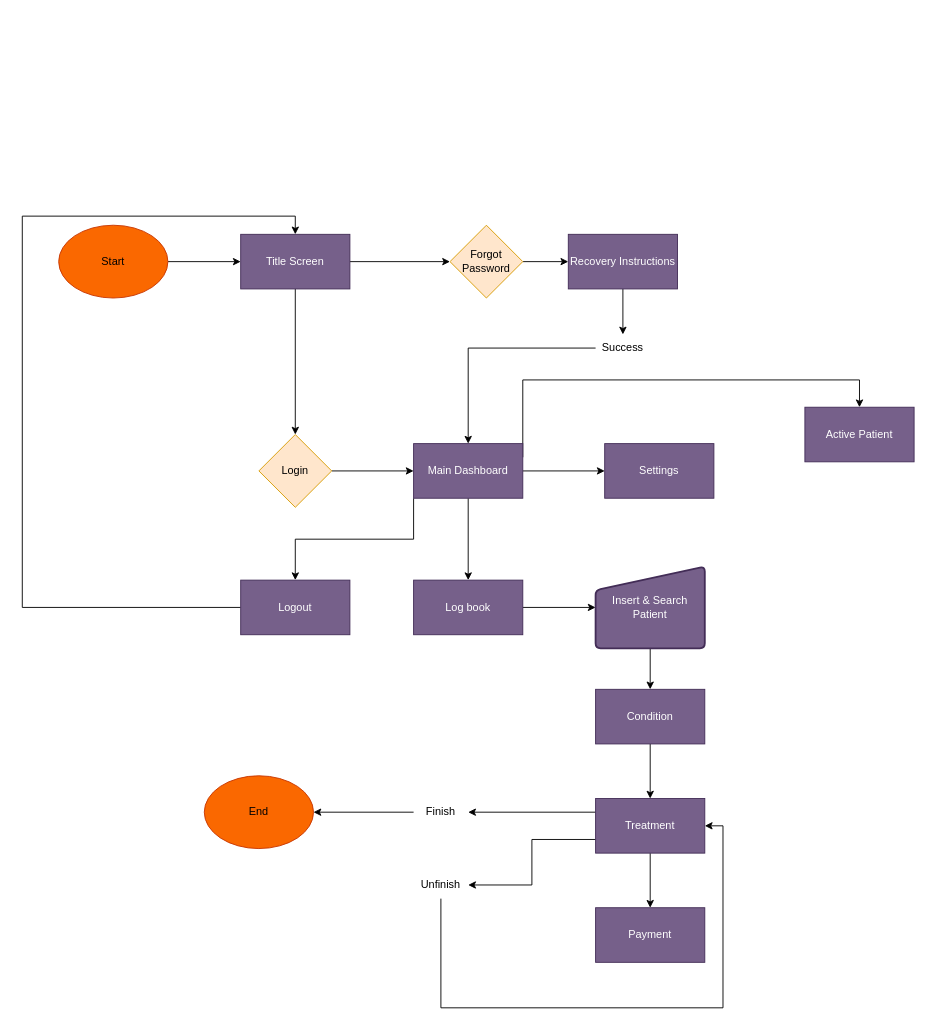
This is Untitled Diagram.drawio from XeLTzy/my-second-repo, a draw.io file, before an edit. Source tidied: cells renumbered, new cells numbered last; positions are measured from the earlier drawing's top-left corner, leaving out a move shared by most shapes. Both pictures are drawn from the tidied source at 91%, with x=0, y=0 at pixel (22, 216).
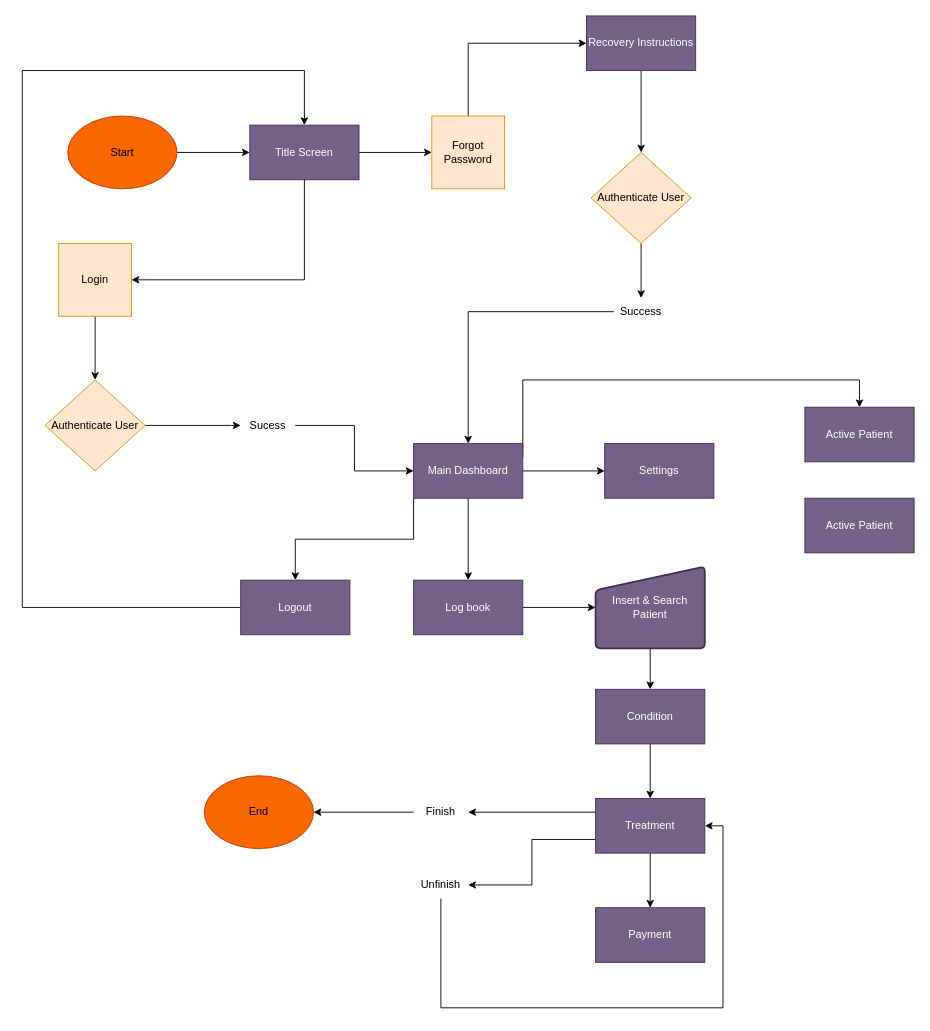
The same page after the edit.

Commit message:
Update Athenticate Login Diagram.drawio

Unchanged cells that the change refers to:
```xml
<mxCell id="17" value="Main Dashboard" style="whiteSpace=wrap;html=1;fillColor=#76608a;strokeColor=#432D57;fontColor=#ffffff;" parent="1" vertex="1">
  <mxGeometry x="430" y="250" width="120" height="60" as="geometry" />
</mxCell>
<mxCell id="33" value="Logout" style="whiteSpace=wrap;html=1;fillColor=#76608a;strokeColor=#432D57;fontColor=#ffffff;" parent="1" vertex="1">
  <mxGeometry x="240" y="400" width="120" height="60" as="geometry" />
</mxCell>
```

Diff of the diagram source:
```diff
@@
     <mxCell id="3" value="Start" style="ellipse;whiteSpace=wrap;html=1;fillColor=#fa6800;strokeColor=#C73500;fontColor=#000000;" parent="1" vertex="1">
-      <mxGeometry x="40" y="10" width="120" height="80" as="geometry" />
+      <mxGeometry x="50" y="-110" width="120" height="80" as="geometry" />
     </mxCell>
     <mxCell id="4" style="edgeStyle=orthogonalEdgeStyle;rounded=0;jettySize=auto;html=1;" parent="1" edge="1" source="6" target="8">
-      <mxGeometry relative="1" as="geometry" />
+      <mxGeometry relative="1" as="geometry">
+        <Array as="points">
+          <mxPoint x="310" y="70" />
+        </Array>
+      </mxGeometry>
     </mxCell>
@@
     <mxCell id="6" value="Title Screen" style="whiteSpace=wrap;html=1;fillColor=#76608a;strokeColor=#432D57;fontColor=#ffffff;" parent="1" vertex="1">
-      <mxGeometry x="240" y="20" width="120" height="60" as="geometry" />
+      <mxGeometry x="250" y="-100" width="120" height="60" as="geometry" />
     </mxCell>
-    <mxCell id="7" style="edgeStyle=orthogonalEdgeStyle;rounded=0;jettySize=auto;html=1;" parent="1" edge="1" source="8" target="17">
-      <mxGeometry relative="1" as="geometry" />
-    </mxCell>
+    <mxCell id="40" style="edgeStyle=orthogonalEdgeStyle;rounded=0;jettySize=auto;html=1;" parent="1" edge="1" source="8" target="44">
+      <mxGeometry relative="1" as="geometry" />
+    </mxCell>
-    <mxCell id="8" value="Login" style="rhombus;whiteSpace=wrap;html=1;fillColor=#ffe6cc;strokeColor=#d79b00;" parent="1" vertex="1">
-      <mxGeometry x="260" y="240" width="80" height="80" as="geometry" />
+    <mxCell id="8" value="Login" style="whiteSpace=wrap;html=1;fillColor=#ffe6cc;strokeColor=#d79b00;rounded=0;" parent="1" vertex="1">
+      <mxGeometry x="40" y="30" width="80" height="80" as="geometry" />
     </mxCell>
-    <mxCell id="9" style="edgeStyle=orthogonalEdgeStyle;rounded=0;jettySize=auto;html=1;" parent="1" edge="1" source="10" target="12">
+    <mxCell id="9" style="edgeStyle=orthogonalEdgeStyle;rounded=0;jettySize=auto;html=1;exitX=0.5;exitY=0;exitDx=0;exitDy=0;entryX=0;entryY=0.5;entryDx=0;entryDy=0;" parent="1" edge="1" source="10" target="12">
       <mxGeometry relative="1" as="geometry" />
     </mxCell>
-    <mxCell id="10" value="Forgot Password" style="rhombus;whiteSpace=wrap;html=1;fillColor=#ffe6cc;strokeColor=#d79b00;" parent="1" vertex="1">
-      <mxGeometry x="470" y="10" width="80" height="80" as="geometry" />
+    <mxCell id="10" value="Forgot Password" style="whiteSpace=wrap;html=1;fillColor=#ffe6cc;strokeColor=#d79b00;rounded=0;" parent="1" vertex="1">
+      <mxGeometry x="450" y="-110" width="80" height="80" as="geometry" />
     </mxCell>
-    <mxCell id="11" style="edgeStyle=orthogonalEdgeStyle;rounded=0;jettySize=auto;html=1;exitX=0.5;exitY=1;exitDx=0;exitDy=0;entryX=0.5;entryY=0;entryDx=0;entryDy=0;" parent="1" edge="1" source="12" target="19">
-      <mxGeometry relative="1" as="geometry" />
-    </mxCell>
+    <mxCell id="41" style="edgeStyle=orthogonalEdgeStyle;rounded=0;jettySize=auto;html=1;exitX=0.5;exitY=1;exitDx=0;exitDy=0;entryX=0.5;entryY=0;entryDx=0;entryDy=0;" parent="1" edge="1" source="12" target="48">
+      <mxGeometry relative="1" as="geometry" />
+    </mxCell>
     <mxCell id="12" value="Recovery Instructions" style="whiteSpace=wrap;html=1;fillColor=#76608a;strokeColor=#432D57;fontColor=#ffffff;" parent="1" vertex="1">
-      <mxGeometry x="600" y="20" width="120" height="60" as="geometry" />
+      <mxGeometry x="620" y="-220" width="120" height="60" as="geometry" />
     </mxCell>
@@
     <mxCell id="19" value="Success" style="text;html=1;align=center;verticalAlign=middle;whiteSpace=wrap;rounded=0;" parent="1" vertex="1">
-      <mxGeometry x="630" y="130" width="60" height="30" as="geometry" />
+      <mxGeometry x="650" y="90" width="60" height="30" as="geometry" />
     </mxCell>
@@
     <mxCell id="32" style="edgeStyle=orthogonalEdgeStyle;rounded=0;jettySize=auto;html=1;exitX=0;exitY=0.5;exitDx=0;exitDy=0;entryX=0.5;entryY=0;entryDx=0;entryDy=0;" parent="1" edge="1" source="33" target="6">
       <mxGeometry relative="1" as="geometry">
         <Array as="points">
           <mxPoint y="430" />
-          <mxPoint />
-          <mxPoint x="300" />
-          <mxPoint x="300" y="20" />
+          <mxPoint y="-160" />
+          <mxPoint x="310" y="-160" />
         </Array>
       </mxGeometry>
     </mxCell>
@@
+    <mxCell id="42" value="Active Patient" style="whiteSpace=wrap;html=1;fillColor=#76608a;strokeColor=#432D57;fontColor=#ffffff;" parent="1" vertex="1">
+      <mxGeometry x="860" y="310" width="120" height="60" as="geometry" />
+    </mxCell>
+    <mxCell id="43" style="edgeStyle=orthogonalEdgeStyle;rounded=0;jettySize=auto;html=1;exitX=1;exitY=0.5;exitDx=0;exitDy=0;entryX=0;entryY=0.5;entryDx=0;entryDy=0;" parent="1" edge="1" source="44" target="46">
+      <mxGeometry relative="1" as="geometry">
+        <Array as="points">
+          <mxPoint x="230" y="230" />
+        </Array>
+      </mxGeometry>
+    </mxCell>
+    <mxCell id="44" value="Authenticate User" style="rhombus;whiteSpace=wrap;html=1;fillColor=#ffe6cc;strokeColor=#d79b00;rounded=0;" parent="1" vertex="1">
+      <mxGeometry x="25" y="180" width="110" height="100" as="geometry" />
+    </mxCell>
+    <mxCell id="45" style="edgeStyle=orthogonalEdgeStyle;rounded=0;jettySize=auto;html=1;exitX=1;exitY=0.5;exitDx=0;exitDy=0;entryX=0;entryY=0.5;entryDx=0;entryDy=0;" parent="1" edge="1" source="46" target="17">
+      <mxGeometry relative="1" as="geometry" />
+    </mxCell>
+    <mxCell id="46" value="Sucess" style="text;html=1;align=center;verticalAlign=middle;whiteSpace=wrap;rounded=0;" parent="1" vertex="1">
+      <mxGeometry x="240" y="215" width="60" height="30" as="geometry" />
+    </mxCell>
+    <mxCell id="47" style="edgeStyle=orthogonalEdgeStyle;rounded=0;jettySize=auto;html=1;exitX=0.5;exitY=1;exitDx=0;exitDy=0;" parent="1" edge="1" source="48" target="19">
+      <mxGeometry relative="1" as="geometry" />
+    </mxCell>
+    <mxCell id="48" value="Authenticate User" style="rhombus;whiteSpace=wrap;html=1;fillColor=#ffe6cc;strokeColor=#d79b00;rounded=0;" parent="1" vertex="1">
+      <mxGeometry x="625" y="-70" width="110" height="100" as="geometry" />
+    </mxCell>
```
